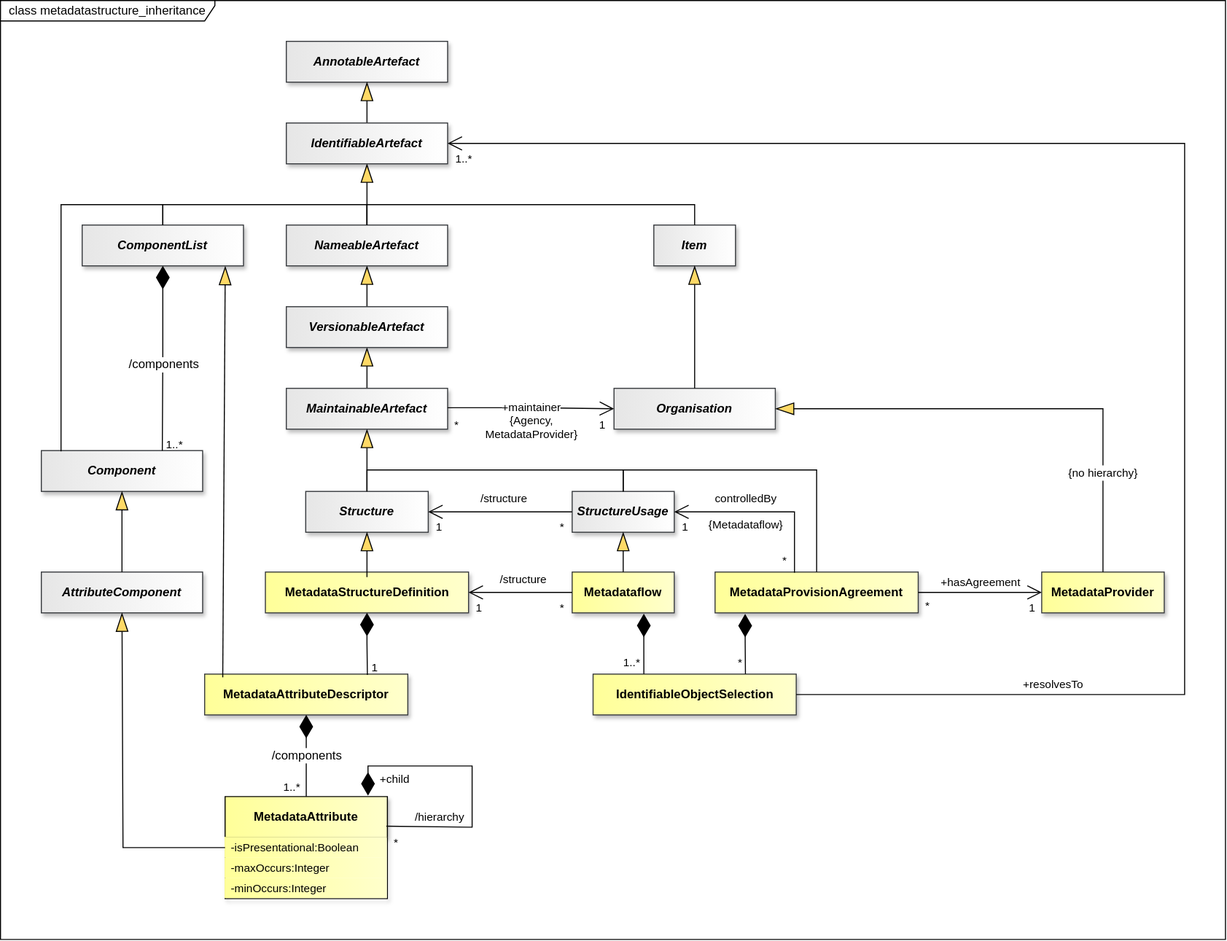
Earlier version of the draw.io export docs/information_model/media/sdmx_metadatastructure-metadatastructure_inheritance.svg (sdmx-twg/sdmx-im). Source tidied: cells renumbered, new cells last; positions are measured from the earlier drawing's top-left corner, leaving out a move shared by most shapes.
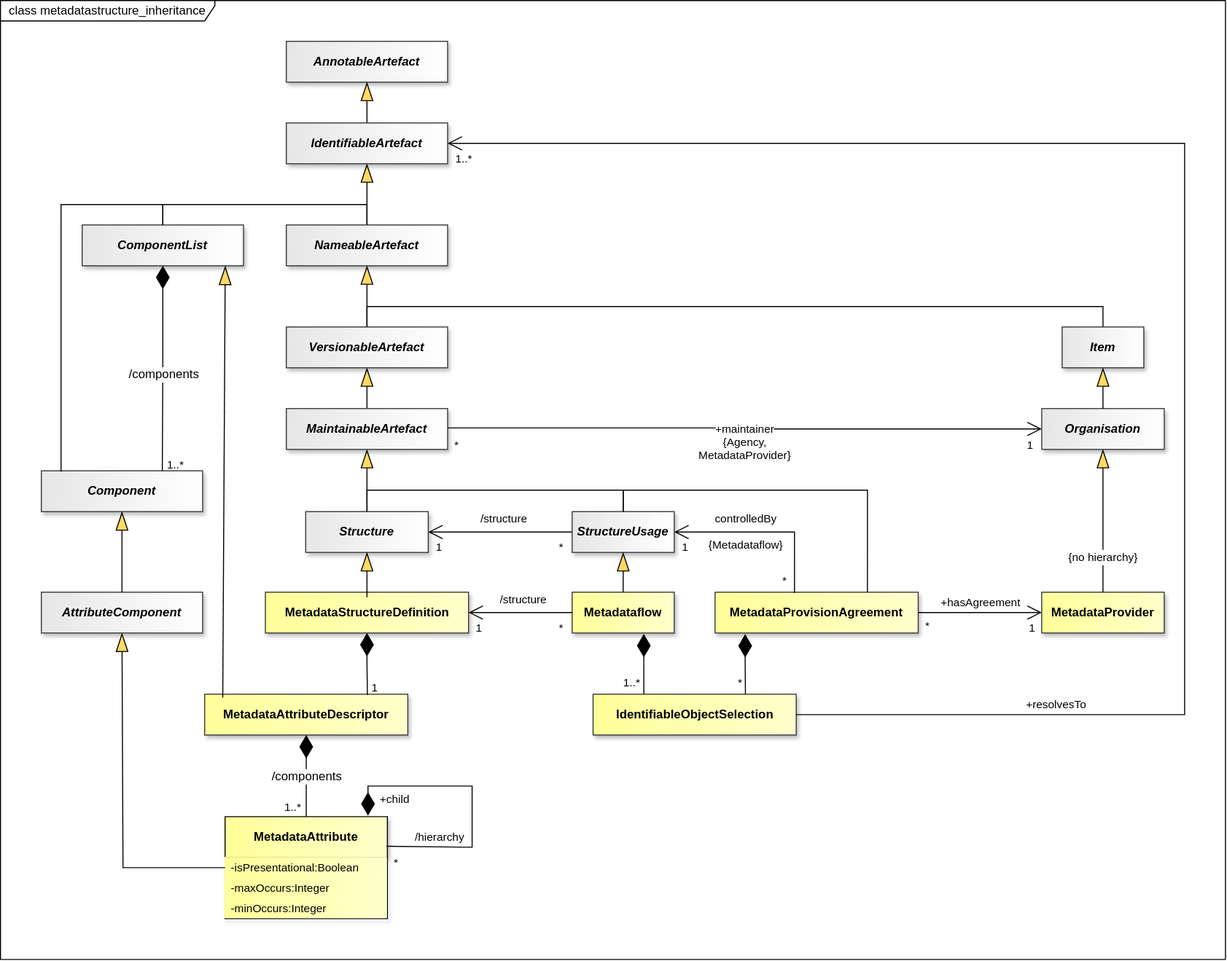
The same diagram one commit later.

What changed in the source:
```diff
@@ -3,7 +3,7 @@
     <mxCell id="0" />
     <mxCell id="1" parent="0" />
     <mxCell id="2" value="class metadatastructure_inheritance" style="shape=umlFrame;whiteSpace=wrap;html=1;fillColor=light-dark(#FFFFFF,#121212);swimlaneFillColor=light-dark(#FFFFFF,#121212);width=210;height=20;" parent="1" vertex="1">
-      <mxGeometry width="1200" height="920" as="geometry" />
+      <mxGeometry y="-20" width="1200" height="940" as="geometry" />
     </mxCell>
     <mxCell id="3" style="endArrow=none;" parent="1" edge="1">
       <mxGeometry relative="1" as="geometry" />
@@ -15,7 +15,7 @@
       <mxGeometry relative="1" as="geometry" />
     </mxCell>
     <mxCell id="6" value="&lt;span&gt;&lt;span&gt;AnnotableArtefact&lt;/span&gt;&lt;/span&gt;" style="whiteSpace=wrap;html=1;verticalAlign=middle;gradientDirection=east;imageVerticalAlign=top;fontStyle=3;fillColor=light-dark(#E6E6E6,#E6E6E6);strokeColor=#36393d;fontColor=light-dark(#000000,#000000);gradientColor=light-dark(#FFFFFF,#FFFFFF);shadow=1;" parent="1" vertex="1">
-      <mxGeometry x="280" y="40" width="158" height="40" as="geometry" />
+      <mxGeometry x="280" y="20" width="158" height="40" as="geometry" />
     </mxCell>
     <mxCell id="7" style="endArrow=blockThin;endSize=16;endFill=1;html=1;rounded=0;entryX=0.5;entryY=1;entryDx=0;entryDy=0;exitX=0.5;exitY=0;exitDx=0;exitDy=0;startFill=0;endFillColor=light-dark(#FFD966,#FFD966);strokeColor=light-dark(#000000,#FFFFFF);startFillColor=light-dark(#000000,#FFFFFF);labelBackgroundColor=none;labelBorderColor=light-dark(#000000,#FFFFFF);" parent="1" edge="1" source="12" target="6">
       <mxGeometry relative="1" as="geometry" />
@@ -33,10 +33,10 @@
       <mxGeometry x="0.02" relative="1" as="geometry" />
     </mxCell>
     <mxCell id="12" value="IdentifiableArtefact" style="whiteSpace=wrap;html=1;verticalAlign=middle;gradientDirection=east;imageVerticalAlign=top;fontStyle=3;fillColor=light-dark(#E6E6E6,#E6E6E6);strokeColor=#36393d;fontColor=light-dark(#000000,#000000);gradientColor=light-dark(#FFFFFF,#FFFFFF);shadow=1;" parent="1" vertex="1">
-      <mxGeometry x="280" y="120" width="158" height="40" as="geometry" />
+      <mxGeometry x="280" y="100" width="158" height="40" as="geometry" />
     </mxCell>
     <mxCell id="13" value="NameableArtefact" style="whiteSpace=wrap;html=1;verticalAlign=middle;gradientDirection=east;imageVerticalAlign=top;fontStyle=3;fillColor=light-dark(#E6E6E6,#E6E6E6);strokeColor=#36393d;fontColor=light-dark(#000000,#000000);gradientColor=light-dark(#FFFFFF,#FFFFFF);shadow=1;" parent="1" vertex="1">
-      <mxGeometry x="280" y="220" width="158" height="40" as="geometry" />
+      <mxGeometry x="280" y="200" width="158" height="40" as="geometry" />
     </mxCell>
     <mxCell id="14" value="VersionableArtefact" style="whiteSpace=wrap;html=1;verticalAlign=middle;gradientDirection=east;imageVerticalAlign=top;fontStyle=3;fillColor=light-dark(#E6E6E6,#E6E6E6);strokeColor=#36393d;fontColor=light-dark(#000000,#000000);gradientColor=light-dark(#FFFFFF,#FFFFFF);shadow=1;" parent="1" vertex="1">
       <mxGeometry x="280" y="300" width="158" height="40" as="geometry" />
@@ -45,13 +45,13 @@
       <mxGeometry x="280" y="380" width="158" height="40" as="geometry" />
     </mxCell>
     <mxCell id="16" value="ComponentList" style="whiteSpace=wrap;html=1;verticalAlign=middle;gradientDirection=east;imageVerticalAlign=top;fontStyle=3;fillColor=light-dark(#E6E6E6,#E6E6E6);strokeColor=#36393d;fontColor=light-dark(#000000,#000000);gradientColor=light-dark(#FFFFFF,#FFFFFF);shadow=1;" parent="1" vertex="1">
-      <mxGeometry x="80" y="220" width="158" height="40" as="geometry" />
+      <mxGeometry x="80" y="200" width="158" height="40" as="geometry" />
     </mxCell>
     <mxCell id="17" style="endArrow=none;html=1;endSize=12;startArrow=none;startSize=20;startFill=0;edgeStyle=orthogonalEdgeStyle;rounded=0;exitX=0.5;exitY=0;exitDx=0;exitDy=0;endFill=0;strokeColor=light-dark(#000000,#FFFFFF);fontColor=light-dark(#000000,#FFFFFF);labelBackgroundColor=none;entryX=0.5;entryY=0;entryDx=0;entryDy=0;" parent="1" edge="1" source="16" target="13">
       <mxGeometry x="-0.32" relative="1" as="geometry">
         <Array as="points">
-          <mxPoint x="159" y="200" />
-          <mxPoint x="359" y="200" />
+          <mxPoint x="159" y="180" />
+          <mxPoint x="359" y="180" />
         </Array>
       </mxGeometry>
     </mxCell>
@@ -72,10 +72,10 @@
       <mxGeometry x="0.07" y="1" relative="1" as="geometry" />
     </mxCell>
     <mxCell id="22" style="endArrow=none;html=1;endSize=12;startArrow=none;startSize=20;startFill=0;edgeStyle=orthogonalEdgeStyle;rounded=0;endFill=0;strokeColor=light-dark(#000000,#FFFFFF);fontColor=light-dark(#000000,#FFFFFF);labelBackgroundColor=none;entryX=0.5;entryY=0;entryDx=0;entryDy=0;exitX=0.122;exitY=0.02;exitDx=0;exitDy=0;exitPerimeter=0;" parent="1" edge="1" source="18" target="16">
-      <mxGeometry x="0.33" relative="1" as="geometry">
+      <mxGeometry x="0.2" relative="1" as="geometry">
         <Array as="points">
-          <mxPoint x="59.3" y="200" />
-          <mxPoint x="159" y="200" />
+          <mxPoint x="59.3" y="180" />
+          <mxPoint x="159" y="180" />
         </Array>
       </mxGeometry>
     </mxCell>
@@ -108,7 +108,7 @@
       <mxGeometry x="-0.22" relative="1" as="geometry" />
     </mxCell>
     <mxCell id="31" value="Organisation" style="whiteSpace=wrap;html=1;verticalAlign=middle;gradientDirection=east;imageVerticalAlign=top;fontStyle=3;fillColor=light-dark(#E6E6E6,#E6E6E6);strokeColor=#36393d;fontColor=light-dark(#000000,#000000);gradientColor=light-dark(#FFFFFF,#FFFFFF);shadow=1;" parent="1" vertex="1">
-      <mxGeometry x="601" y="380" width="158" height="40" as="geometry" />
+      <mxGeometry x="1020" y="380" width="120" height="40" as="geometry" />
     </mxCell>
     <mxCell id="32" value="&lt;font style=&quot;color: light-dark(rgb(0, 0, 0), rgb(255, 255, 255)); background-color: light-dark(rgb(255, 255, 255), rgb(0, 0, 0));&quot;&gt;&lt;br&gt;&lt;br&gt;+maintainer&lt;br&gt;{Agency,&lt;br&gt;MetadataProvider}&lt;/font&gt;" style="endArrow=open;html=1;endSize=12;startArrow=none;startSize=20;startFill=0;edgeStyle=orthogonalEdgeStyle;rounded=0;endFill=0;strokeColor=light-dark(#000000,#FFFFFF);fontColor=light-dark(#000000,#FFFFFF);labelBackgroundColor=none;entryX=0;entryY=0.5;entryDx=0;entryDy=0;" parent="1" edge="1" target="31">
       <mxGeometry relative="1" as="geometry">
@@ -126,17 +126,17 @@
       </mxGeometry>
     </mxCell>
     <mxCell id="35" value="Item" style="whiteSpace=wrap;html=1;verticalAlign=middle;gradientDirection=east;imageVerticalAlign=top;fontStyle=3;fillColor=light-dark(#E6E6E6,#E6E6E6);strokeColor=#36393d;fontColor=light-dark(#000000,#000000);gradientColor=light-dark(#FFFFFF,#FFFFFF);shadow=1;" parent="1" vertex="1">
-      <mxGeometry x="640" y="220" width="80" height="40" as="geometry" />
+      <mxGeometry x="1040" y="300" width="80" height="40" as="geometry" />
     </mxCell>
-    <mxCell id="36" style="endArrow=none;html=1;endSize=12;startArrow=none;startSize=20;startFill=0;edgeStyle=orthogonalEdgeStyle;rounded=0;exitX=0.5;exitY=0;exitDx=0;exitDy=0;endFill=0;strokeColor=light-dark(#000000,#FFFFFF);fontColor=light-dark(#000000,#FFFFFF);labelBackgroundColor=none;entryX=0.5;entryY=0;entryDx=0;entryDy=0;" parent="1" edge="1" source="13" target="35">
-      <mxGeometry x="0.15" relative="1" as="geometry">
+    <mxCell id="36" style="endArrow=none;html=1;endSize=12;startArrow=none;startSize=20;startFill=0;edgeStyle=orthogonalEdgeStyle;rounded=0;exitX=0.5;exitY=0;exitDx=0;exitDy=0;endFill=0;strokeColor=light-dark(#000000,#FFFFFF);fontColor=light-dark(#000000,#FFFFFF);labelBackgroundColor=none;entryX=0.5;entryY=0;entryDx=0;entryDy=0;" parent="1" edge="1" source="14" target="35">
+      <mxGeometry x="0.28" relative="1" as="geometry">
         <Array as="points">
-          <mxPoint x="359" y="200" />
-          <mxPoint x="680" y="200" />
+          <mxPoint x="359" y="280" />
+          <mxPoint x="1080" y="280" />
         </Array>
       </mxGeometry>
     </mxCell>
-    <mxCell id="37" style="endArrow=blockThin;endSize=16;endFill=1;html=1;rounded=0;entryX=0.5;entryY=1;entryDx=0;entryDy=0;startFill=0;endFillColor=light-dark(#FFD966,#FFD966);strokeColor=light-dark(#000000,#FFFFFF);startFillColor=light-dark(#000000,#FFFFFF);labelBackgroundColor=none;labelBorderColor=light-dark(#000000,#FFFFFF);" parent="1" edge="1" source="31" target="35">
+    <mxCell id="37" style="endArrow=blockThin;endSize=16;endFill=1;html=1;rounded=0;entryX=0.5;entryY=1;entryDx=0;entryDy=0;startFill=0;endFillColor=light-dark(#FFD966,#FFD966);strokeColor=light-dark(#000000,#FFFFFF);startFillColor=light-dark(#000000,#FFFFFF);labelBackgroundColor=none;labelBorderColor=light-dark(#000000,#FFFFFF);exitX=0.5;exitY=0;exitDx=0;exitDy=0;" parent="1" edge="1" source="31" target="35">
       <mxGeometry relative="1" as="geometry" />
     </mxCell>
     <mxCell id="38" value="MetadataProvisionAgreement" style="whiteSpace=wrap;html=1;verticalAlign=middle;gradientDirection=east;imageVerticalAlign=top;fontStyle=1;fillColor=light-dark(#FFFF99,#FFFF99);strokeColor=#36393d;fontColor=light-dark(#000000,#000000);gradientColor=light-dark(#FFFFCC,#FFFFCC);shadow=1;" parent="1" vertex="1">
@@ -195,11 +195,11 @@
         </Array>
       </mxGeometry>
     </mxCell>
-    <mxCell id="51" style="endArrow=none;html=1;endSize=12;startArrow=none;startSize=20;startFill=0;edgeStyle=orthogonalEdgeStyle;rounded=0;exitX=0.5;exitY=0;exitDx=0;exitDy=0;endFill=0;strokeColor=light-dark(#000000,#FFFFFF);fontColor=light-dark(#000000,#FFFFFF);labelBackgroundColor=none;entryX=0.5;entryY=0;entryDx=0;entryDy=0;" parent="1" edge="1" source="26" target="38">
-      <mxGeometry x="-0.18" relative="1" as="geometry">
+    <mxCell id="51" style="endArrow=none;html=1;endSize=12;startArrow=none;startSize=20;startFill=0;edgeStyle=orthogonalEdgeStyle;rounded=0;exitX=0.5;exitY=0;exitDx=0;exitDy=0;endFill=0;strokeColor=light-dark(#000000,#FFFFFF);fontColor=light-dark(#000000,#FFFFFF);labelBackgroundColor=none;entryX=0.75;entryY=0;entryDx=0;entryDy=0;" parent="1" edge="1" source="26" target="38">
+      <mxGeometry x="-0.29" relative="1" as="geometry">
         <Array as="points">
           <mxPoint x="610" y="460" />
-          <mxPoint x="799.5" y="460" />
+          <mxPoint x="849.3" y="460" />
         </Array>
       </mxGeometry>
     </mxCell>
@@ -216,15 +216,11 @@
         <mxPoint x="-8" y="-1" as="offset" />
       </mxGeometry>
     </mxCell>
-    <mxCell id="55" style="endArrow=blockThin;endSize=16;endFill=1;html=1;rounded=0;startFill=0;endFillColor=light-dark(#FFD966,#FFD966);strokeColor=light-dark(#000000,#FFFFFF);startFillColor=light-dark(#000000,#FFFFFF);labelBackgroundColor=none;labelBorderColor=light-dark(#000000,#FFFFFF);entryX=1;entryY=0.5;entryDx=0;entryDy=0;exitX=0.5;exitY=0;exitDx=0;exitDy=0;" parent="1" edge="1" source="39" target="31">
-      <mxGeometry x="0.14" relative="1" as="geometry">
-        <Array as="points">
-          <mxPoint x="1080" y="400" />
-        </Array>
-      </mxGeometry>
+    <mxCell id="55" style="endArrow=blockThin;endSize=16;endFill=1;html=1;rounded=0;startFill=0;endFillColor=light-dark(#FFD966,#FFD966);strokeColor=light-dark(#000000,#FFFFFF);startFillColor=light-dark(#000000,#FFFFFF);labelBackgroundColor=none;labelBorderColor=light-dark(#000000,#FFFFFF);entryX=0.5;entryY=1;entryDx=0;entryDy=0;exitX=0.5;exitY=0;exitDx=0;exitDy=0;" parent="1" edge="1" source="39" target="31">
+      <mxGeometry x="0.38" relative="1" as="geometry" />
     </mxCell>
     <mxCell id="56" value="&lt;font style=&quot;font-size: 11px;&quot;&gt;{no hierarchy}&lt;/font&gt;" style="edgeLabel;html=1;align=center;verticalAlign=middle;fontSize=12;" parent="55" vertex="1">
-      <mxGeometry x="-0.6" y="1" relative="1" as="geometry" />
+      <mxGeometry x="-0.5" y="1" relative="1" as="geometry" />
     </mxCell>
     <mxCell id="57" value="IdentifiableObjectSelection" style="whiteSpace=wrap;html=1;verticalAlign=middle;gradientDirection=east;imageVerticalAlign=top;fontStyle=1;fillColor=light-dark(#FFFF99,#FFFF99);strokeColor=#36393d;fontColor=light-dark(#000000,#000000);gradientColor=light-dark(#FFFFCC,#FFFFCC);shadow=1;" parent="1" vertex="1">
       <mxGeometry x="580.5" y="660" width="199" height="40" as="geometry" />
@@ -253,7 +249,7 @@
       <mxGeometry x="-0.7" y="10" relative="1" as="geometry">
         <Array as="points">
           <mxPoint x="1160" y="680" />
-          <mxPoint x="1160" y="140" />
+          <mxPoint x="1160" y="120" />
         </Array>
         <mxPoint x="1" as="offset" />
       </mxGeometry>
```
